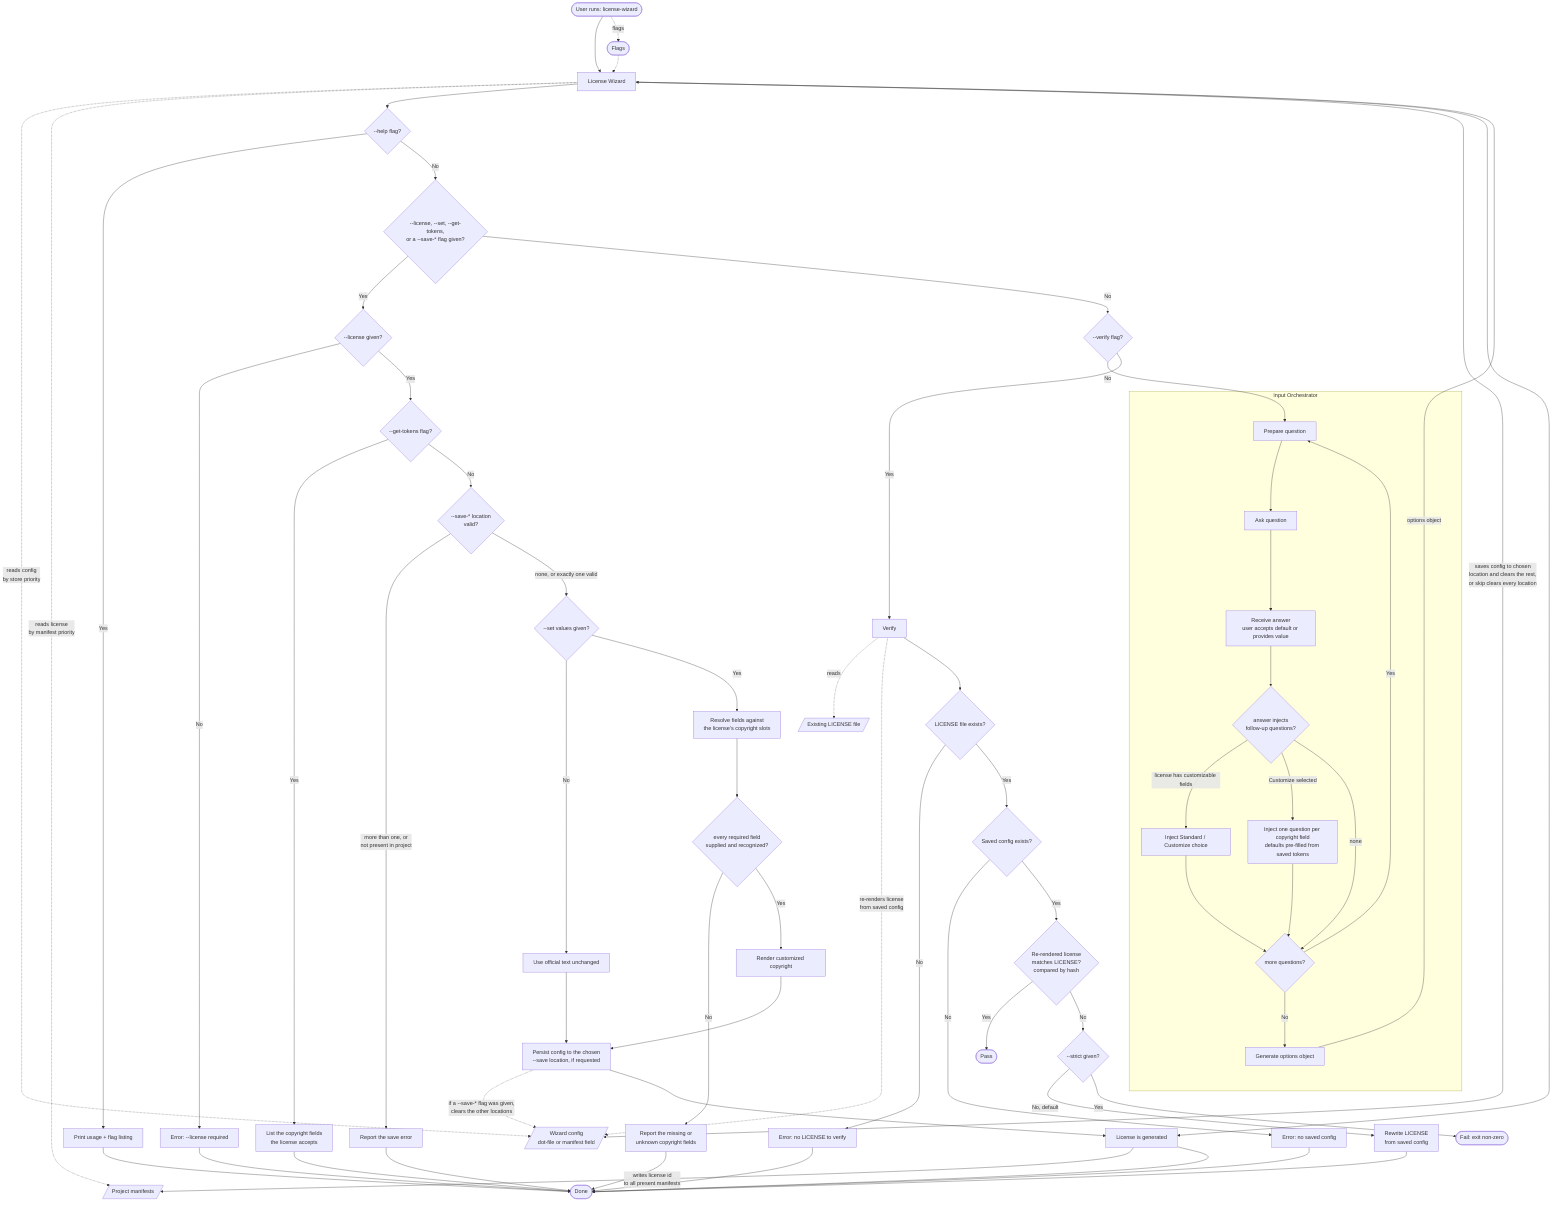
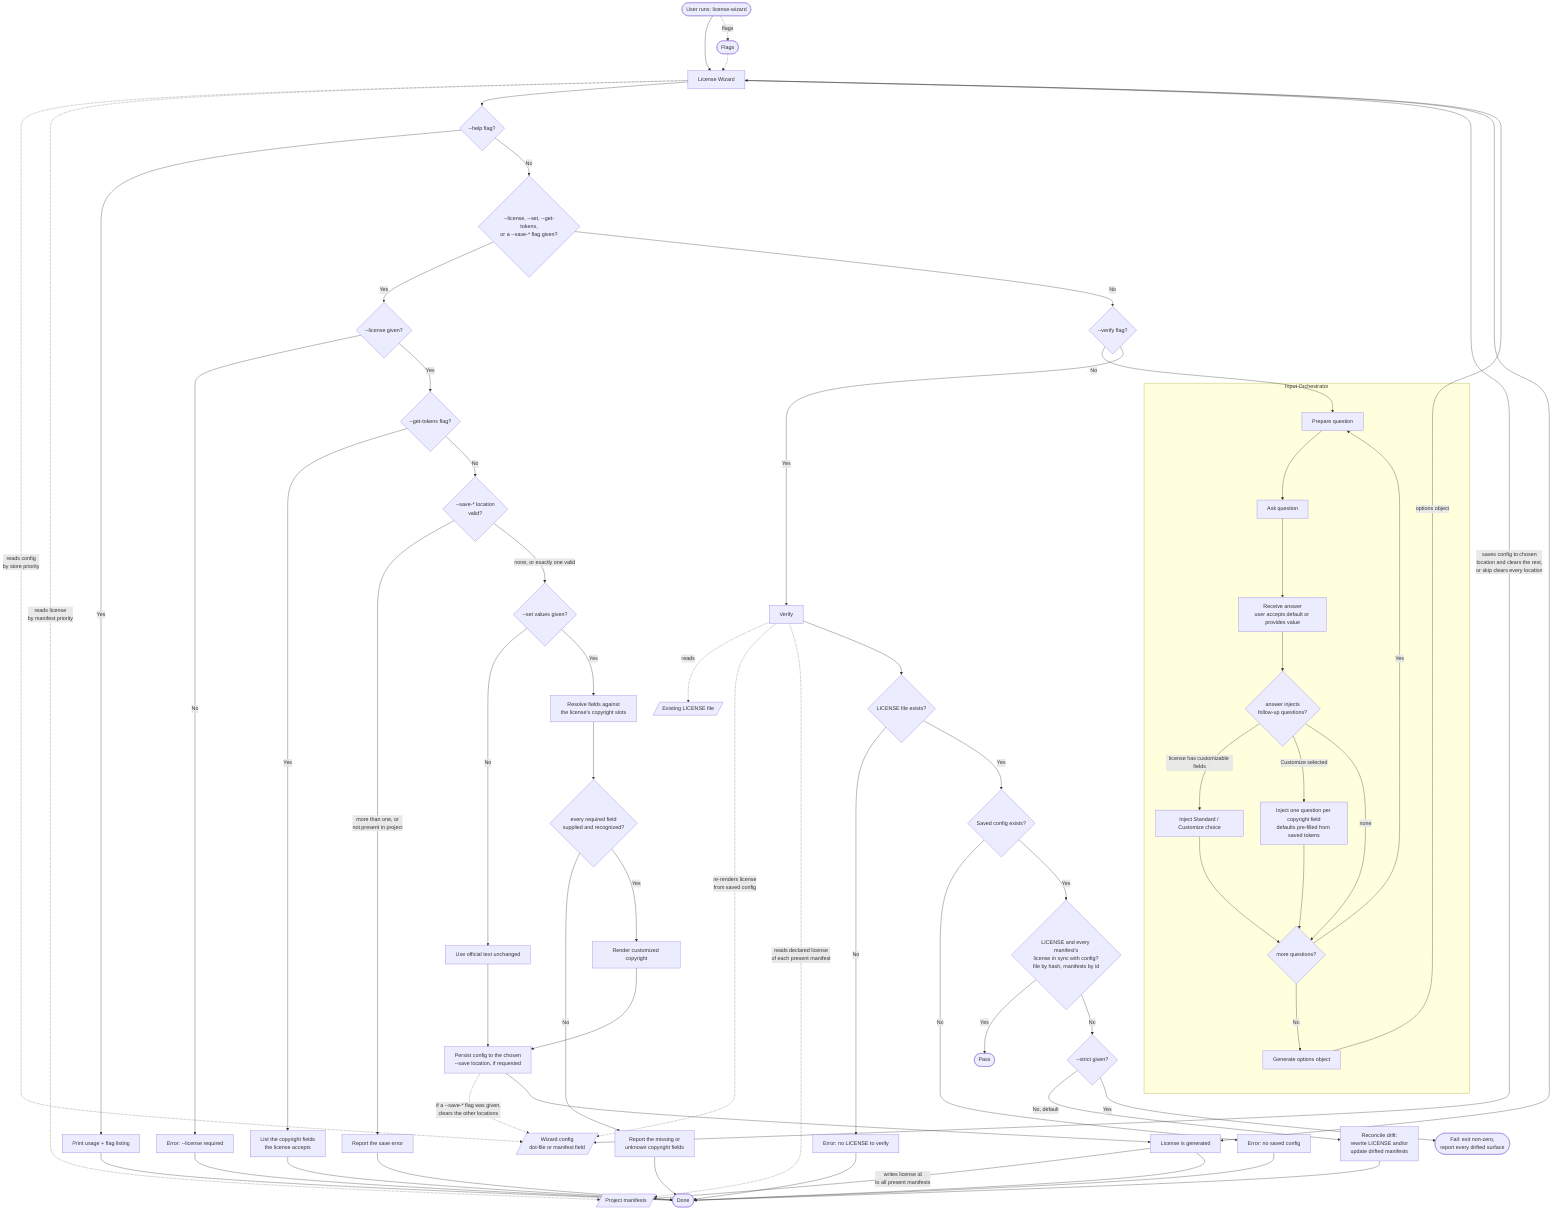
flowchart TD
    A([User runs: license-wizard]) --> LW[License Wizard]
    A -.->|flags| FL([Flags])
    FL -.-> LW
    LW -.->|reads config<br/>by store priority| LC[/Wizard config<br/>dot-file or manifest field/]
    LW -.->|reads license<br/>by manifest priority| PJ[/Project manifests/]

    LW --> HELP{--help flag?}

    %% ─── Help path ───
    HELP -->|Yes| HU[Print usage + flag listing]
    HU --> H

    HELP -->|No| NI{--license, --set, --get-tokens,<br/>or a --save-* flag given?}

    %% ─── Non-interactive CLI path ───
    NI -->|Yes| NIL{--license given?}
    NIL -->|No| ERRL[Error: --license required] --> H
    NIL -->|Yes| GT{--get-tokens flag?}
    GT -->|Yes| LT[List the copyright fields<br/>the license accepts] --> H
    GT -->|No| SV{--save-* location<br/>valid?}
    SV -->|more than one, or<br/>not present in project| ERRS[Report the save error] --> H
    SV -->|none, or exactly one valid| HS{--set values given?}
    HS -->|No| STD[Use official text unchanged]
    HS -->|Yes| RES[Resolve fields against<br/>the license's copyright slots]
    RES --> CHK{every required field<br/>supplied and recognized?}
    CHK -->|No| NEED[Report the missing or<br/>unknown copyright fields] --> H
    CHK -->|Yes| CUST[Render customized copyright]
    STD --> PSV
    CUST --> PSV
    PSV[Persist config to the chosen<br/>--save location, if requested]
    PSV -.->|if a --save-* flag was given,<br/>clears the other locations| LC
    PSV --> G

    NI -->|No| M{--verify flag?}

    %% ─── Interactive / generation path ───
    M -->|No| C

    subgraph IO [Input Orchestrator]
        C[Prepare question]
        C --> D[Ask question]
        D --> E[Receive answer<br/>user accepts default or provides value]
        E --> INJ{answer injects<br/>follow-up questions?}
        INJ -->|license has customizable fields| MODE[Inject Standard / Customize choice]
        INJ -->|Customize selected| FIELDS[Inject one question per copyright field<br/>defaults pre-filled from saved tokens]
        INJ -->|none| F
        MODE --> F
        FIELDS --> F
        F{more questions?}
        F -->|Yes| C
        F -->|No| OG[Generate options object]
    end

    OG -->|options object| LW
    LW -->|saves config to chosen<br/>location and clears the rest,<br/>or skip clears every location| LC
    LW --> G[License is generated]
    G -->|writes license id<br/>to all present manifests| PJ
    G --> H([Done])

    %% ─── Verification path (standalone: ignores every other flag) ───
    M -->|Yes| V[Verify]
    V -.->|reads| EL[/Existing LICENSE file/]
    V -.->|re-renders license<br/>from saved config| LC
+     V -.->|reads declared license<br/>of each present manifest| PJ
    V --> HASL{LICENSE file exists?}
    HASL -->|No| ERRNL[Error: no LICENSE to verify] --> H
    HASL -->|Yes| HASC{Saved config exists?}
    HASC -->|No| ERRNC[Error: no saved config] --> H
-     HASC -->|Yes| R{Re-rendered license<br/>matches LICENSE?<br/>compared by hash}
+     HASC -->|Yes| R{LICENSE and every manifest's<br/>license in sync with config?<br/>file by hash, manifests by id}
    R -->|Yes| PASS([Pass])
    R -->|No| AG{--strict given?}
-     AG -->|No, default| G2[Rewrite LICENSE<br/>from saved config] --> H
-     AG -->|Yes| FAIL([Fail: exit non-zero])
+     AG -->|No, default| G2[Reconcile drift:<br/>rewrite LICENSE and/or<br/>update drifted manifests] --> H
+     AG -->|Yes| FAIL([Fail: exit non-zero,<br/>report every drifted surface])
